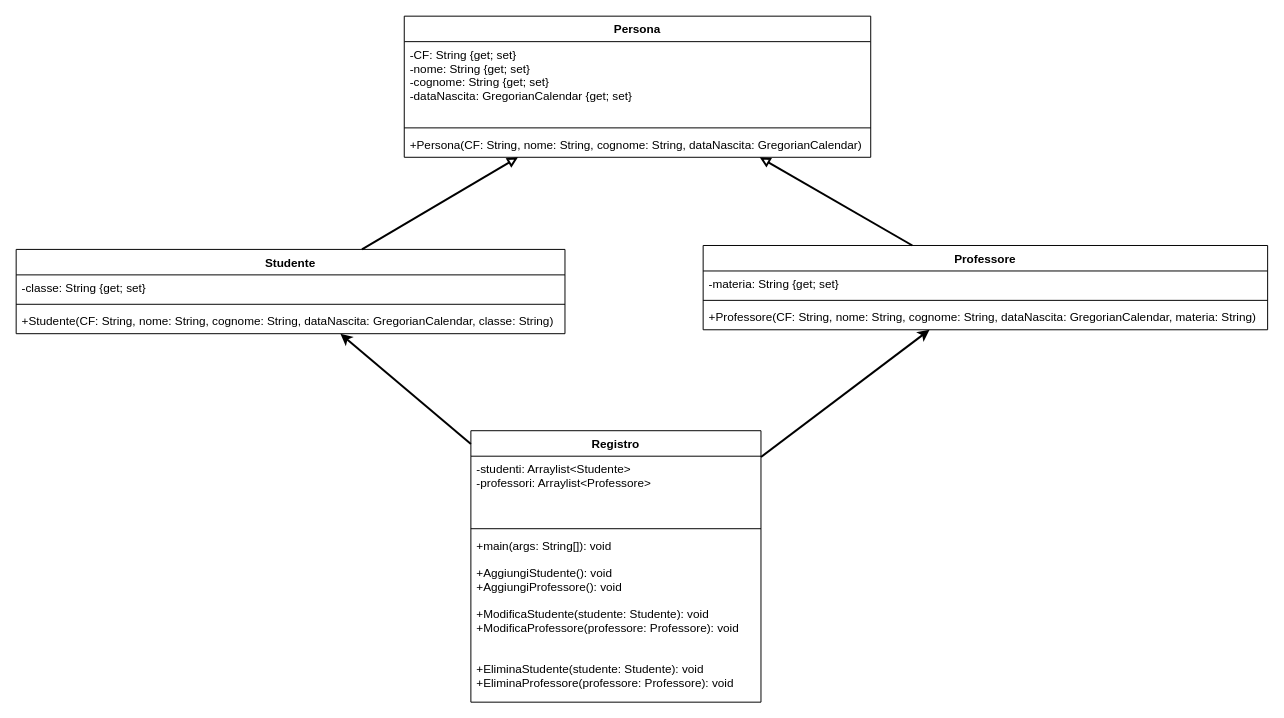
Before: Pardini_Fabrizio_5CM_2022-04-27_ScuolaJava/Pardini_Fabrizio_5CM_2022-04-27_ScuolaJava.drawio in ironlanderl/EsTPSIT2, a draw.io diagram. Source tidied: cells renumbered, new cells numbered last; positions are measured from the earlier drawing's top-left corner, leaving out a move shared by most shapes. Both pictures are drawn from the tidied source at 98%, with x=0, y=0 at pixel (16, 16).
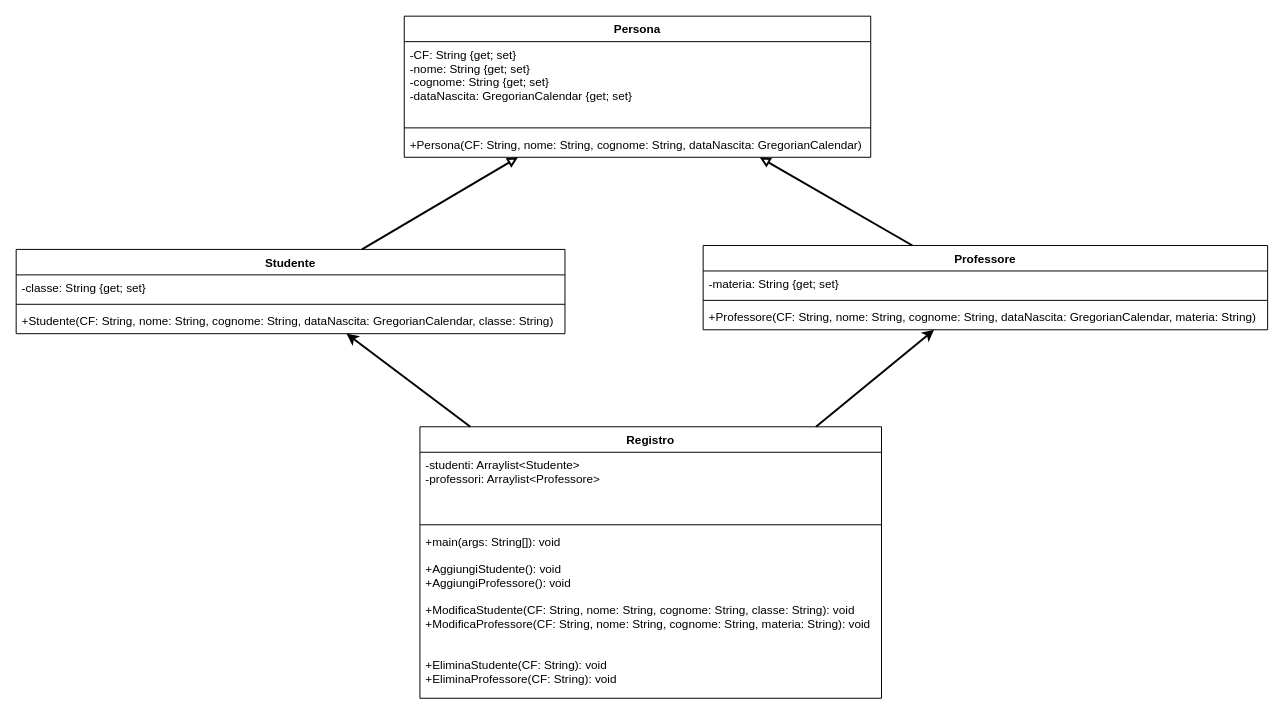
After the change.

Diff of the diagram source:
```diff
@@
     <mxCell id="16" value="Registro" style="swimlane;fontStyle=1;align=center;verticalAlign=top;horizontal=1;startSize=26;" parent="1" vertex="1">
-      <mxGeometry x="464" y="423" width="296" height="277" as="geometry" />
+      <mxGeometry x="412" y="419" width="471" height="277" as="geometry" />
     </mxCell>
     <mxCell id="17" value="-studenti: Arraylist&lt;Studente&gt;&#10;-professori: Arraylist&lt;Professore&gt;" style="text;strokeColor=none;fillColor=none;align=left;verticalAlign=top;spacingLeft=4;spacingRight=4;overflow=hidden;" parent="16" vertex="1">
-      <mxGeometry y="26" width="296" height="70" as="geometry" />
+      <mxGeometry y="26" width="471" height="70" as="geometry" />
     </mxCell>
     <mxCell id="18" style="line;strokeWidth=1;fillColor=none;align=left;verticalAlign=middle;spacingTop=-1;spacingLeft=3;spacingRight=3;labelPosition=right;" parent="16" vertex="1">
-      <mxGeometry y="96" width="296" height="8" as="geometry" />
+      <mxGeometry y="96" width="471" height="8" as="geometry" />
     </mxCell>
-    <mxCell id="19" value="+main(args: String[]): void&#10;&#10;+AggiungiStudente(): void&#10;+AggiungiProfessore(): void&#10;&#10;+ModificaStudente(studente: Studente): void&#10;+ModificaProfessore(professore: Professore): void&#10;&#10;&#10;+EliminaStudente(studente: Studente): void&#10;+EliminaProfessore(professore: Professore): void" style="text;strokeColor=none;fillColor=none;align=left;verticalAlign=top;spacingLeft=4;spacingRight=4;overflow=hidden;" parent="16" vertex="1">
-      <mxGeometry y="104" width="296" height="173" as="geometry" />
+    <mxCell id="19" value="+main(args: String[]): void&#10;&#10;+AggiungiStudente(): void&#10;+AggiungiProfessore(): void&#10;&#10;+ModificaStudente(CF: String, nome: String, cognome: String, classe: String): void&#10;+ModificaProfessore(CF: String, nome: String, cognome: String, materia: String): void&#10;&#10;&#10;+EliminaStudente(CF: String): void&#10;+EliminaProfessore(CF: String): void" style="text;strokeColor=none;fillColor=none;align=left;verticalAlign=top;spacingLeft=4;spacingRight=4;overflow=hidden;" parent="16" vertex="1">
+      <mxGeometry y="104" width="471" height="173" as="geometry" />
     </mxCell>
```
